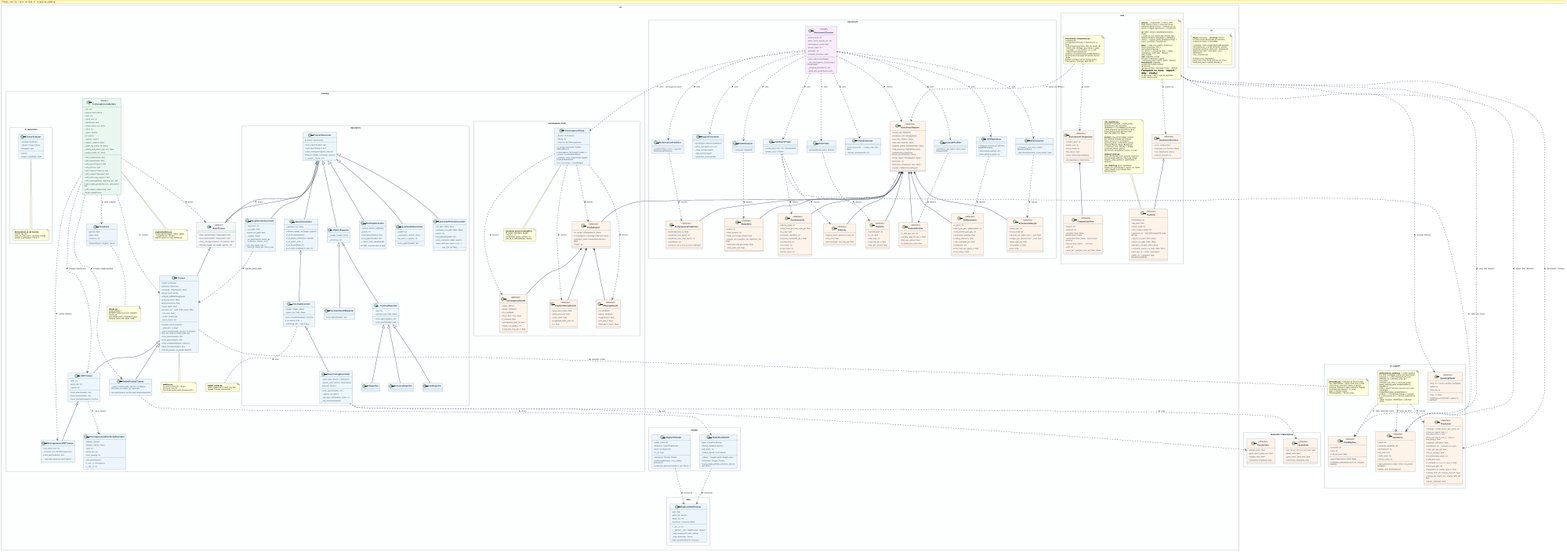
Earlier version of the PlantUML export docs/class_diagram.png (alerguezrojas/tfg-distributed-transformers).
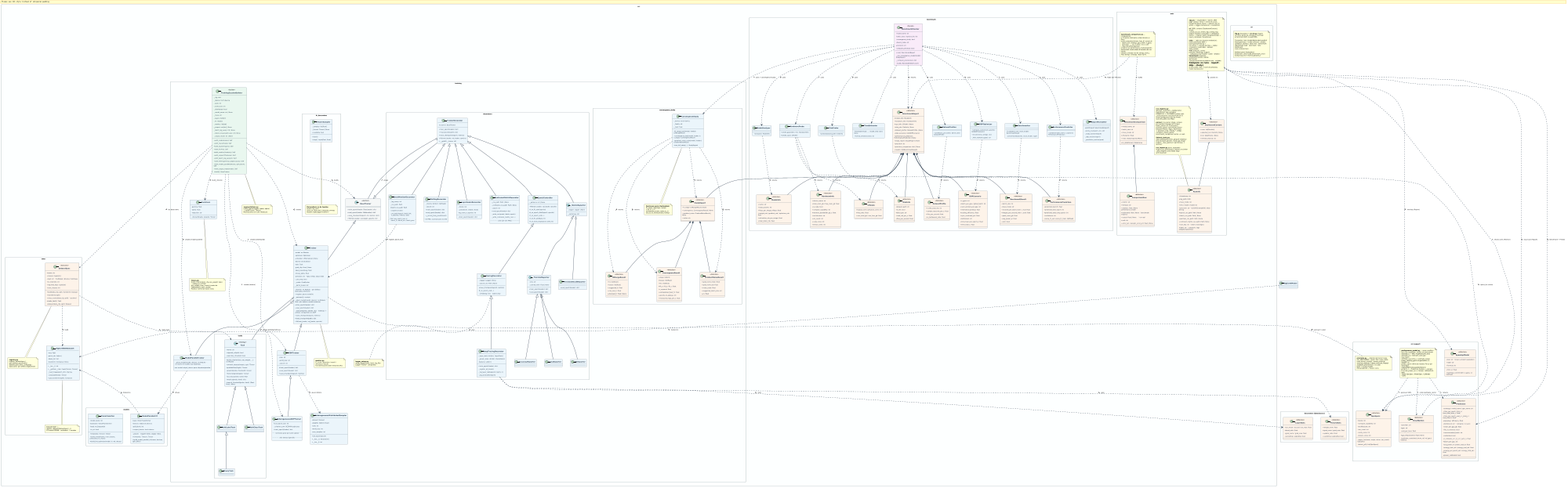
The same diagram one commit later.

Change to the diagram source:
```diff
@@ -35,7 +35,8 @@
     - optimizer: Optimizer
     - scheduler: LRScheduler | None
     - device: torch.device
-    - criterion: BCEWithLogitsLoss
+    - task: Task
+    - criterion: nn.Module  ' por defecto task.build_criterion()
     - grad_clip: float | None
     - label_smoothing: float
     - mixup_alpha: float
@@ -48,6 +49,7 @@
     - _place_model(model, device): nn.Module  ' hook: por defecto model.to(device)
     + train_epoch(loader): dict
     + eval_epoch(loader): dict
+    - _evaluate(probs, labels): dict  ' métricas + umbral, compartido con DDP
     + save_checkpoint(epoch, metrics)
     + load_checkpoint(path): dict
     + fit(train_loader, val_loader, epochs)
@@ -67,6 +69,7 @@
     - _criterion_sum: BCEWithLogitsLoss
     + train_epoch(loader): dict
     .. normaliza grad por batch global ..
+    .. solo tareas sigmoide ..
   }
 
   class ModelParallelTrainer {
@@ -129,8 +132,8 @@
 
   note as losses_note
     **losses.py**
-    build_criterion → BCEWithLogitsLoss(+pos_weight) | FocalLoss
-    pos_weight_from_metadata('auto')
+    build_criterion(train_cfg, pos_weight, task) → delega en la Task
+    pos_weight_from_counts (counts de DatasetSpec.class_counts)
     Palanca contra las clases raras.
   end note
 
@@ -154,7 +157,7 @@
   class ConvergenceStudy {
     - _device: torch.device
     - _family: str
-    - _criterion: BCEWithLogitsLoss
+    - _task: Task
     + lr_range_test(model, loader): LRRangeResult
     + convergence_test(model, loader, lr, n_steps): ConvergenceResult
     + gradient_noise_scale(model, loader): GradientNoiseResult
@@ -340,13 +343,13 @@
 }
 
 package "src.models" #FDFEFE {
-  class BigEarthModel {
+  class TimmClassifier {
     - model_name: str
     - backbone: VisionTransformer
     - head: nn.Sequential
     + is_vit: bool
     + forward(x: Tensor): Tensor
-    + build_model(name, num_classes, pretrained)
+    + build_model(name, num_classes, pretrained, in_chans)
     + build_llrd_optimizer(model, lr, wd, decay)
   }
 
@@ -434,6 +437,26 @@
 }
 
 package "src.data" #FDFEFE {
+  class DatasetSpec <<dataclass>> {
+    + name: str
+    + classes: tuple[str]
+    + task: str  ' multilabel | binary | multiclass
+    + in_channels: int
+    + required_keys: tuple[str]
+    + build(data_cfg, split, transform): Dataset
+    + transforms(split)
+    + class_counts(data_cfg, split)  ' opcional
+    + num_classes: int
+    + make_task(): Task
+    + dataset(data_cfg, split): Dataset
+  }
+
+  note as registry_note
+    **registry.py**
+    register_dataset(spec) · get_dataset_spec(name)
+    dataset_spec_from_config(cfg)  ' data.name, por defecto bigearthnet
+  end note
+
   class BigEarthNetDataset {
     - root: Path
     - patch_ids: list[str]
@@ -444,6 +467,32 @@
     - _load_image(patch_dir): ndarray
     - _load_labels(idx): Tensor
     + get_transforms(split): Compose
+  }
+  note bottom of BigEarthNetDataset
+    BIGEARTHNET = register_dataset(DatasetSpec(...))
+    19 clases CORINE · multilabel · 3 canales
+  end note
+}
+
+package "src.training.tasks" #FDFEFE {
+  abstract class Task <<Strategy>> {
+    + name: str
+    + sigmoid_outputs: bool
+    + searches_threshold: bool
+    {abstract} + build_criterion(loss, pos_weight, ...): nn.Module
+    {abstract} + smooth_targets(targets, eps): Tensor
+    {abstract} + probabilities(logits): Tensor
+    {abstract} + predict(probs, threshold): Tensor
+    {abstract} + hard_targets(targets): Tensor
+    {abstract} + accuracy(preds, hard): float
+    + metrics(preds, hard): dict
+    + search_threshold(probs, hard): (float, float) | None
+  }
+  class MultiLabelTask {
+  }
+  class BinaryTask {
+  }
+  class MultiClassTask {
   }
 }
 
@@ -739,6 +788,15 @@
 
 TrainerDecorator o-- BaseTrainer : wraps >
 
+Task <|-- MultiLabelTask
+MultiLabelTask <|-- BinaryTask
+Task <|-- MultiClassTask
+Trainer o-- Task : delega pérdida/métricas >
+DatasetSpec ..> Task : make_task >
+DatasetSpec ..> BigEarthNetDataset : build >
+DatasetSpec .. registry_note
+TrainingSessionBuilder ..> DatasetSpec : lee data.name >
+
 TrainingSessionBuilder ..> BaseTrainer : builds >
 TrainingSessionBuilder ..> Trainer : creates >
 TrainingSessionBuilder ..> DDPTrainer : creates (distributed) >
```
